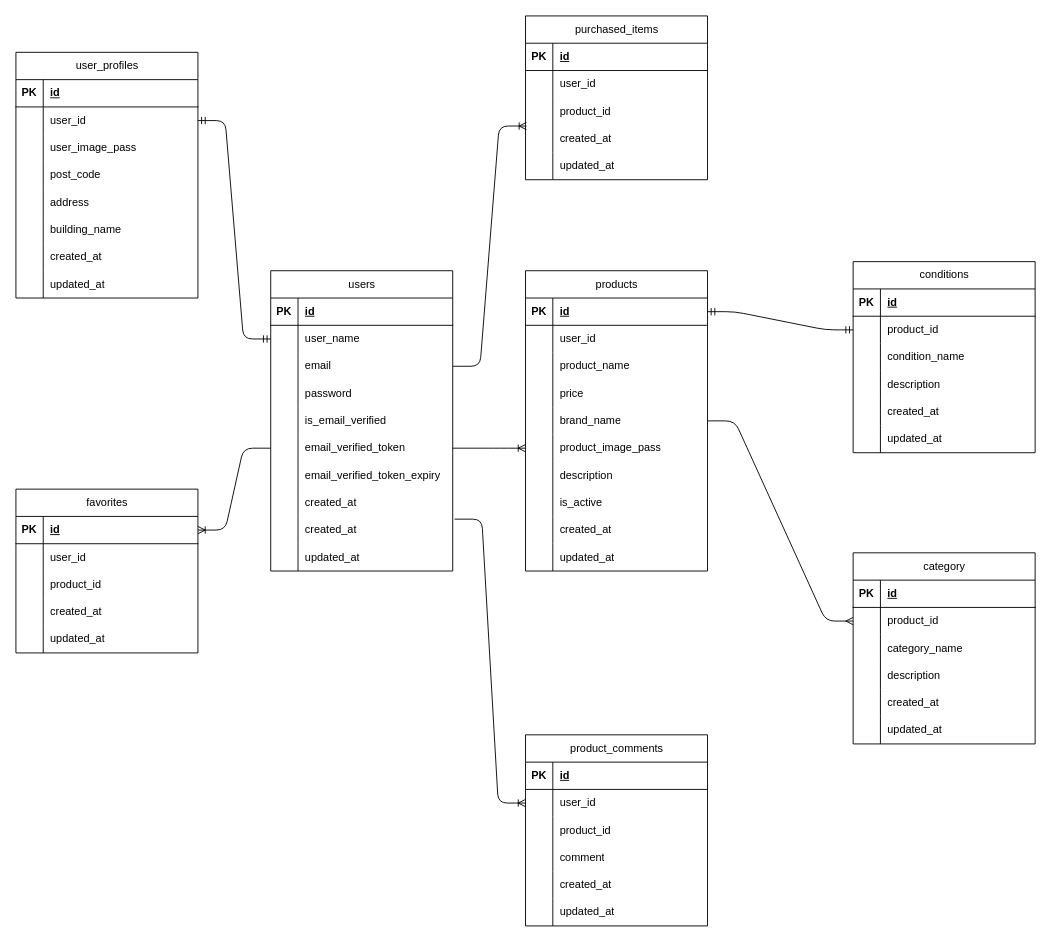
This is ER.drawio from tontonkun/Flea_Market, a draw.io file, before an edit. Source tidied: cells renumbered, new cells numbered last; positions are measured from the earlier drawing's top-left corner, leaving out a move shared by most shapes. Both pictures are drawn from the tidied source at 91%, with x=0, y=0 at pixel (15, 15).
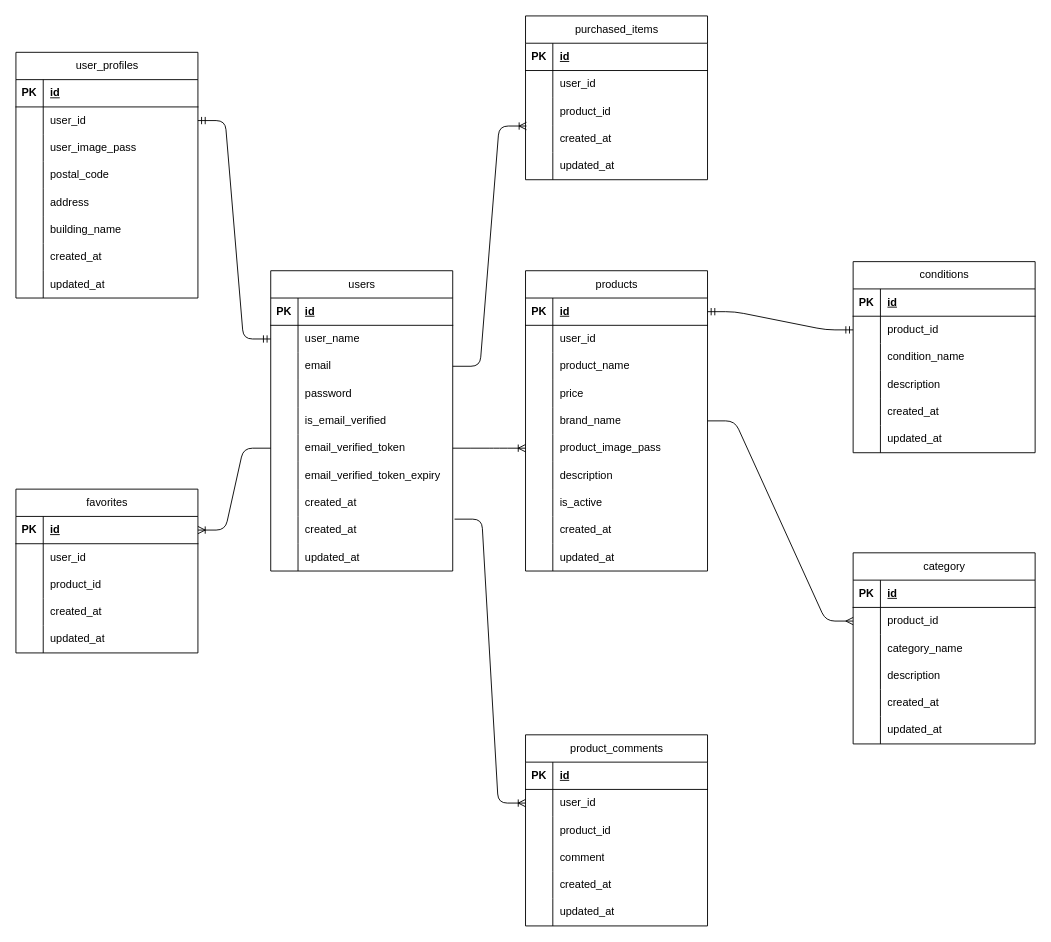
The same diagram, later.

Unchanged cells that the change refers to:
```xml
<mxCell id="43" style="shape=tableRow;horizontal=0;startSize=0;swimlaneHead=0;swimlaneBody=0;fillColor=none;top=0;left=0;right=0;bottom=0;" parent="33" vertex="1">
  <mxGeometry y="120" width="200" height="30" as="geometry" />
</mxCell>
```

The edit, as a diff of the source:
```diff
@@
-    <mxCell id="45" value="&lt;span style=&quot;&quot;&gt;post_code&lt;/span&gt;" style="shape=partialRectangle;fillColor=none;top=0;left=0;bottom=0;right=0;align=left;spacingLeft=6;overflow=hidden;whiteSpace=wrap;html=1;fontColor=light-dark(#000000,#FFFFFF);" parent="43" vertex="1">
+    <mxCell id="45" value="&lt;span style=&quot;&quot;&gt;postal_code&lt;/span&gt;" style="shape=partialRectangle;fillColor=none;top=0;left=0;bottom=0;right=0;align=left;spacingLeft=6;overflow=hidden;whiteSpace=wrap;html=1;fontColor=light-dark(#000000,#FFFFFF);" parent="43" vertex="1">
       <mxGeometry x="30" width="170" height="30" as="geometry" />
     </mxCell>
```
